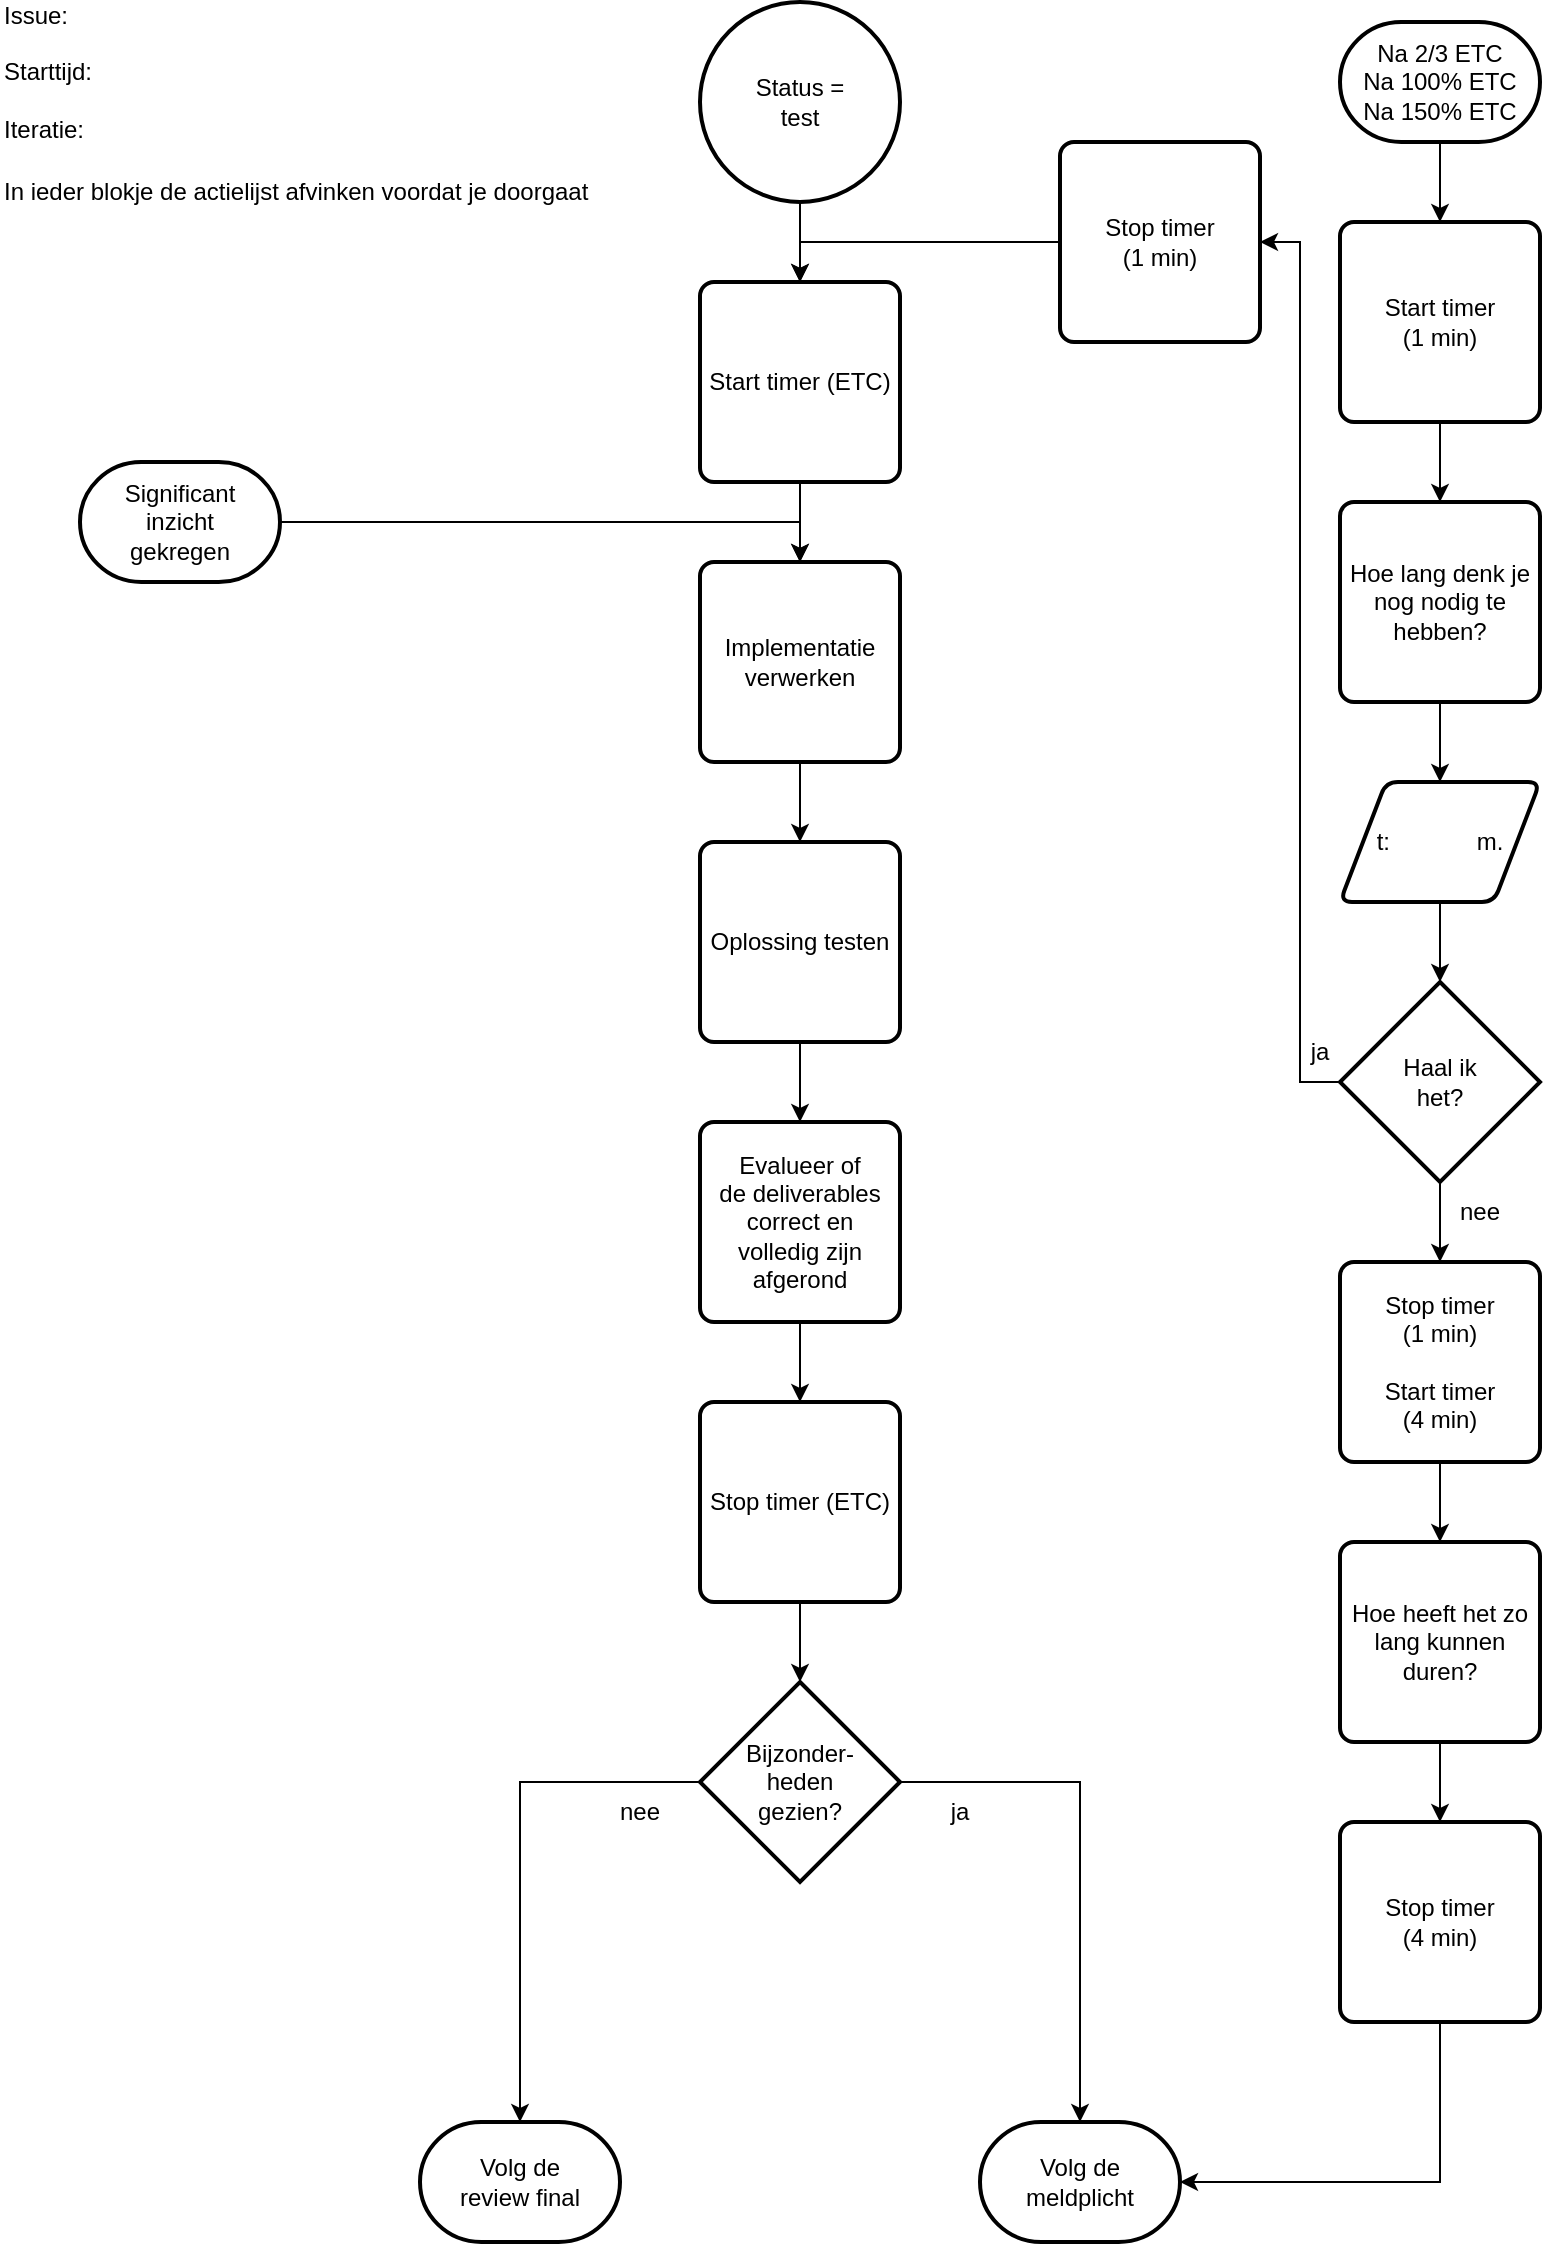
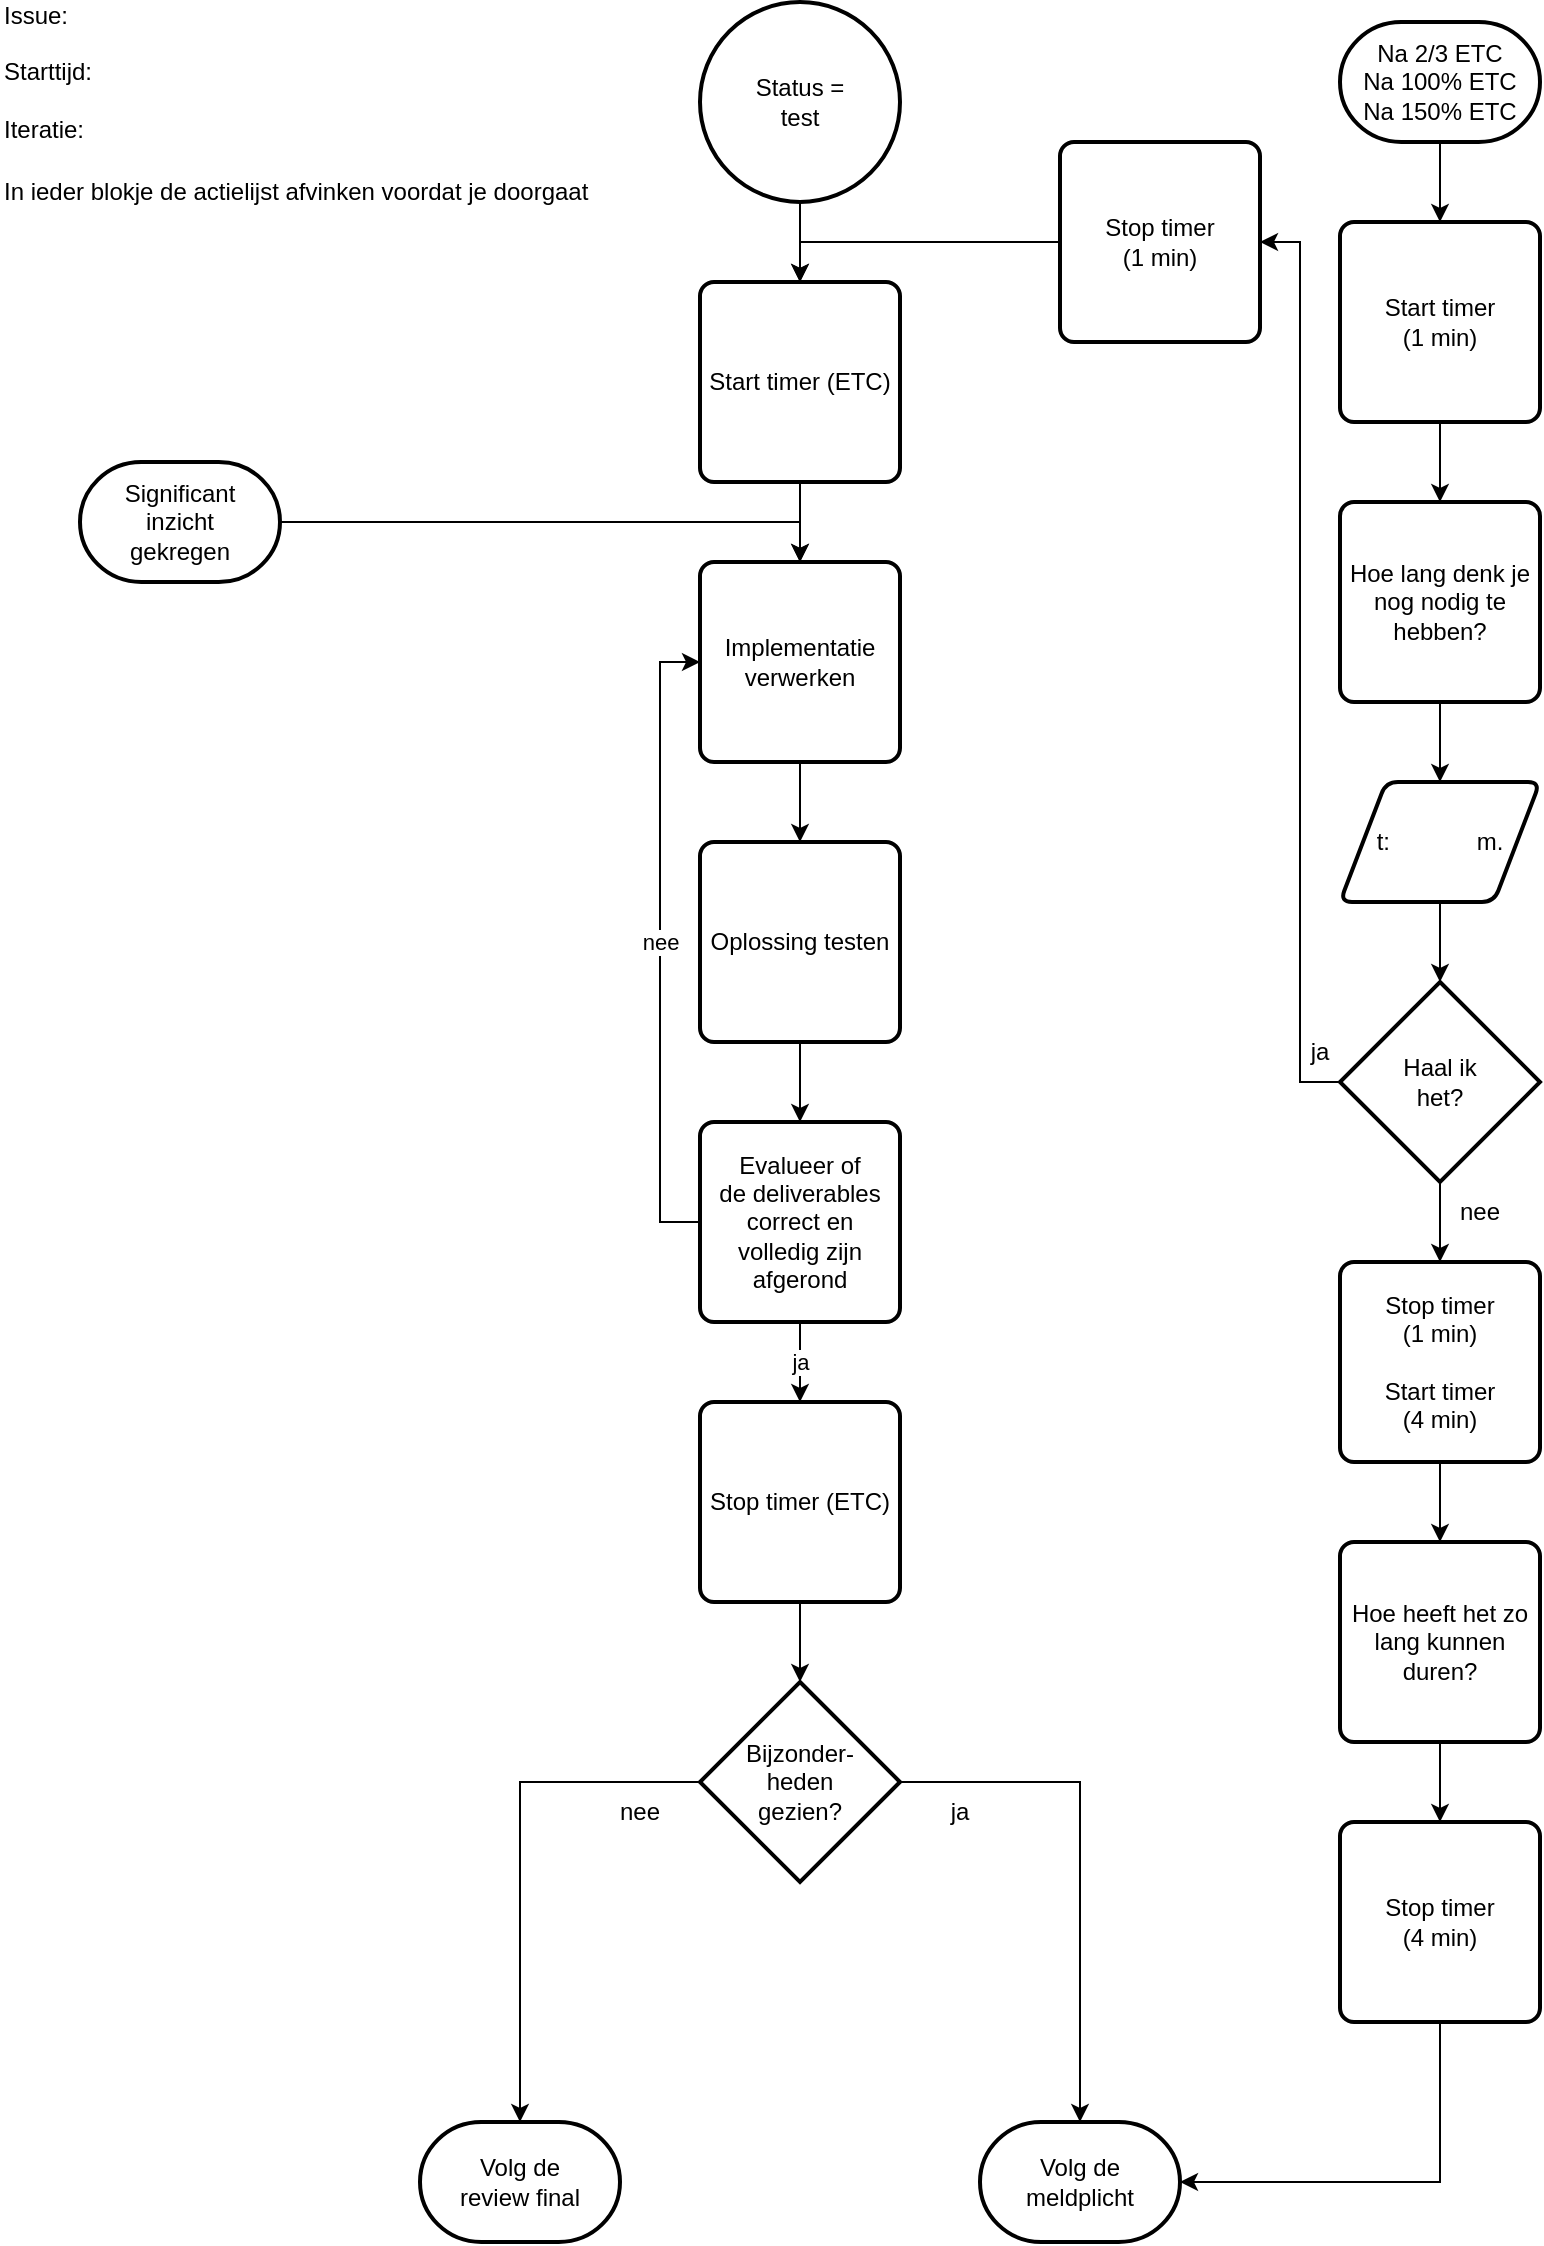
<mxfile host="Electron" agent="Mozilla/5.0 (Windows NT 10.0; Win64; x64) AppleWebKit/537.36 (KHTML, like Gecko) Chrome/143.0.0.0 Safari/537.36">
  <diagram name="Page-1" id="R03iMQ_vHlOhHPH5d4nE">
    <mxGraphModel dx="842" dy="576" grid="1" gridSize="10" guides="1" tooltips="1" connect="1" arrows="1" fold="1" page="1" pageScale="1" pageWidth="827" pageHeight="1169" math="0" shadow="0">
      <root>
        <mxCell id="0" />
        <mxCell id="1" parent="0" />
        <mxCell id="wN00o49hInXY7w57lpo8-1" edge="1" parent="1" source="wN00o49hInXY7w57lpo8-2" style="edgeStyle=orthogonalEdgeStyle;rounded=0;orthogonalLoop=1;jettySize=auto;html=1;" target="wN00o49hInXY7w57lpo8-36" value="">
          <mxGeometry relative="1" as="geometry" />
        </mxCell>
        <object label="Status =&lt;br&gt;test" Action="801" id="wN00o49hInXY7w57lpo8-2">
          <mxCell parent="1" style="strokeWidth=2;html=1;shape=mxgraph.flowchart.start_2;whiteSpace=wrap;" vertex="1">
            <mxGeometry height="100" width="100" x="360" y="10" as="geometry" />
          </mxCell>
        </object>
-         <mxCell id="wN00o49hInXY7w57lpo8-3" edge="1" parent="1" source="wN00o49hInXY7w57lpo8-4" style="edgeStyle=orthogonalEdgeStyle;rounded=0;orthogonalLoop=1;jettySize=auto;html=1;" target="wN00o49hInXY7w57lpo8-38" value="">
+         <mxCell id="wN00o49hInXY7w57lpo8-3" edge="1" parent="1" source="wN00o49hInXY7w57lpo8-4" style="edgeStyle=orthogonalEdgeStyle;rounded=0;orthogonalLoop=1;jettySize=auto;html=1;" target="wN00o49hInXY7w57lpo8-38" value="ja">
+           <mxGeometry relative="1" as="geometry" />
+         </mxCell>
+         <mxCell id="wN00o49hInXY7w57lpo8-4_nee" edge="1" parent="1" source="wN00o49hInXY7w57lpo8-4" style="edgeStyle=orthogonalEdgeStyle;rounded=0;orthogonalLoop=1;jettySize=auto;html=1;exitX=0;exitY=0.5;exitDx=0;exitDy=0;entryX=0;entryY=0.5;entryDx=0;entryDy=0;" target="wN00o49hInXY7w57lpo8-29" value="nee">
          <mxGeometry relative="1" as="geometry" />
        </mxCell>
        <object label="Evalueer of&lt;br&gt;de deliverables&lt;br&gt;correct en&lt;br&gt;volledig zijn&lt;br&gt;afgerond" Action="805" id="wN00o49hInXY7w57lpo8-4">
          <mxCell parent="1" style="rounded=1;whiteSpace=wrap;html=1;absoluteArcSize=1;arcSize=14;strokeWidth=2;" vertex="1">
            <mxGeometry height="100" width="100" x="360" y="570" as="geometry" />
          </mxCell>
        </object>
        <object label="Volg de&lt;br&gt;review final" Action="807F" id="wN00o49hInXY7w57lpo8-5">
          <mxCell parent="1" style="strokeWidth=2;html=1;shape=mxgraph.flowchart.terminator;whiteSpace=wrap;" vertex="1">
            <mxGeometry height="60" width="100" x="220" y="1070" as="geometry" />
          </mxCell>
        </object>
        <mxCell id="wN00o49hInXY7w57lpo8-6" edge="1" parent="1" source="wN00o49hInXY7w57lpo8-7" style="edgeStyle=orthogonalEdgeStyle;rounded=0;orthogonalLoop=1;jettySize=auto;html=1;exitX=1;exitY=0.5;exitDx=0;exitDy=0;exitPerimeter=0;entryX=0.5;entryY=0;entryDx=0;entryDy=0;" target="wN00o49hInXY7w57lpo8-29">
          <mxGeometry relative="1" as="geometry" />
        </mxCell>
        <object label="Significant&lt;br&gt;inzicht&lt;br&gt;gekregen" Action="815" id="wN00o49hInXY7w57lpo8-7">
          <mxCell parent="1" style="strokeWidth=2;html=1;shape=mxgraph.flowchart.terminator;whiteSpace=wrap;" vertex="1">
            <mxGeometry height="60" width="100" x="50" y="240" as="geometry" />
          </mxCell>
        </object>
        <mxCell id="wN00o49hInXY7w57lpo8-8" edge="1" parent="1" source="wN00o49hInXY7w57lpo8-9" style="edgeStyle=orthogonalEdgeStyle;rounded=0;orthogonalLoop=1;jettySize=auto;html=1;" target="wN00o49hInXY7w57lpo8-11" value="">
          <mxGeometry relative="1" as="geometry" />
        </mxCell>
        <object label="Na 2/3 ETC&lt;br&gt;Na 100% ETC&lt;br&gt;Na 150% ETC" Action="808" id="wN00o49hInXY7w57lpo8-9">
          <mxCell parent="1" style="strokeWidth=2;html=1;shape=mxgraph.flowchart.terminator;whiteSpace=wrap;" vertex="1">
            <mxGeometry height="60" width="100" x="680" y="20" as="geometry" />
          </mxCell>
        </object>
        <mxCell id="wN00o49hInXY7w57lpo8-10" edge="1" parent="1" source="wN00o49hInXY7w57lpo8-11" style="edgeStyle=orthogonalEdgeStyle;rounded=0;orthogonalLoop=1;jettySize=auto;html=1;" target="wN00o49hInXY7w57lpo8-13" value="">
          <mxGeometry relative="1" as="geometry" />
        </mxCell>
        <object label="Start timer&lt;br&gt;(1 min)" Action="809" id="wN00o49hInXY7w57lpo8-11">
          <mxCell parent="1" style="rounded=1;whiteSpace=wrap;html=1;absoluteArcSize=1;arcSize=14;strokeWidth=2;" vertex="1">
            <mxGeometry height="100" width="100" x="680" y="120" as="geometry" />
          </mxCell>
        </object>
        <mxCell id="wN00o49hInXY7w57lpo8-12" edge="1" parent="1" source="wN00o49hInXY7w57lpo8-13" style="edgeStyle=orthogonalEdgeStyle;rounded=0;orthogonalLoop=1;jettySize=auto;html=1;" target="wN00o49hInXY7w57lpo8-31" value="">
          <mxGeometry relative="1" as="geometry" />
        </mxCell>
        <object label="Hoe lang denk je nog nodig te hebben?" Action="810" id="wN00o49hInXY7w57lpo8-13">
          <mxCell parent="1" style="rounded=1;whiteSpace=wrap;html=1;absoluteArcSize=1;arcSize=14;strokeWidth=2;" vertex="1">
            <mxGeometry height="100" width="100" x="680" y="260" as="geometry" />
          </mxCell>
        </object>
        <mxCell id="wN00o49hInXY7w57lpo8-14" edge="1" parent="1" source="wN00o49hInXY7w57lpo8-16" style="edgeStyle=orthogonalEdgeStyle;rounded=0;orthogonalLoop=1;jettySize=auto;html=1;exitX=0;exitY=0.5;exitDx=0;exitDy=0;exitPerimeter=0;entryX=1;entryY=0.5;entryDx=0;entryDy=0;" target="wN00o49hInXY7w57lpo8-18">
          <mxGeometry relative="1" as="geometry" />
        </mxCell>
        <mxCell id="wN00o49hInXY7w57lpo8-15" edge="1" parent="1" source="wN00o49hInXY7w57lpo8-16" style="edgeStyle=orthogonalEdgeStyle;rounded=0;orthogonalLoop=1;jettySize=auto;html=1;exitX=0.5;exitY=1;exitDx=0;exitDy=0;exitPerimeter=0;entryX=0.5;entryY=0;entryDx=0;entryDy=0;" target="wN00o49hInXY7w57lpo8-22">
          <mxGeometry relative="1" as="geometry" />
        </mxCell>
        <object label="Haal ik&lt;br&gt;het?" Action="812" id="wN00o49hInXY7w57lpo8-16">
          <mxCell parent="1" style="strokeWidth=2;html=1;shape=mxgraph.flowchart.decision;whiteSpace=wrap;" vertex="1">
            <mxGeometry height="100" width="100" x="680" y="500" as="geometry" />
          </mxCell>
        </object>
        <mxCell id="wN00o49hInXY7w57lpo8-17" edge="1" parent="1" source="wN00o49hInXY7w57lpo8-18" style="edgeStyle=orthogonalEdgeStyle;rounded=0;orthogonalLoop=1;jettySize=auto;html=1;exitX=0;exitY=0.5;exitDx=0;exitDy=0;entryX=0.5;entryY=0;entryDx=0;entryDy=0;" target="wN00o49hInXY7w57lpo8-36">
          <mxGeometry relative="1" as="geometry" />
        </mxCell>
        <object label="Stop timer&lt;br&gt;(1 min)" Action="812T" id="wN00o49hInXY7w57lpo8-18">
          <mxCell parent="1" style="rounded=1;whiteSpace=wrap;html=1;absoluteArcSize=1;arcSize=14;strokeWidth=2;" vertex="1">
            <mxGeometry height="100" width="100" x="540" y="80" as="geometry" />
          </mxCell>
        </object>
        <mxCell id="wN00o49hInXY7w57lpo8-19" parent="1" style="text;html=1;whiteSpace=wrap;strokeColor=none;fillColor=none;align=center;verticalAlign=middle;rounded=0;" value="ja" vertex="1">
          <mxGeometry height="30" width="60" x="640" y="520" as="geometry" />
        </mxCell>
        <mxCell id="wN00o49hInXY7w57lpo8-20" parent="1" style="text;html=1;whiteSpace=wrap;strokeColor=none;fillColor=none;align=center;verticalAlign=middle;rounded=0;" value="nee" vertex="1">
          <mxGeometry height="30" width="60" x="720" y="600" as="geometry" />
        </mxCell>
        <mxCell id="wN00o49hInXY7w57lpo8-21" edge="1" parent="1" source="wN00o49hInXY7w57lpo8-22" style="edgeStyle=orthogonalEdgeStyle;rounded=0;orthogonalLoop=1;jettySize=auto;html=1;" target="wN00o49hInXY7w57lpo8-24" value="">
          <mxGeometry relative="1" as="geometry" />
        </mxCell>
        <object label="Stop timer&lt;br&gt;(1 min)&lt;br&gt;&lt;br&gt;Start timer&lt;br&gt;(4 min)" Action="812F" id="wN00o49hInXY7w57lpo8-22">
          <mxCell parent="1" style="rounded=1;whiteSpace=wrap;html=1;absoluteArcSize=1;arcSize=14;strokeWidth=2;" vertex="1">
            <mxGeometry height="100" width="100" x="680" y="640" as="geometry" />
          </mxCell>
        </object>
        <mxCell id="wN00o49hInXY7w57lpo8-23" edge="1" parent="1" source="wN00o49hInXY7w57lpo8-24" style="edgeStyle=orthogonalEdgeStyle;rounded=0;orthogonalLoop=1;jettySize=auto;html=1;" target="wN00o49hInXY7w57lpo8-32" value="">
          <mxGeometry relative="1" as="geometry" />
        </mxCell>
        <object label="Hoe heeft het zo lang kunnen duren?" Action="813" id="wN00o49hInXY7w57lpo8-24">
          <mxCell parent="1" style="rounded=1;whiteSpace=wrap;html=1;absoluteArcSize=1;arcSize=14;strokeWidth=2;" vertex="1">
            <mxGeometry height="100" width="100" x="680" y="780" as="geometry" />
          </mxCell>
        </object>
        <object label="Volg de&lt;br&gt;meldplicht" Action="807T" id="wN00o49hInXY7w57lpo8-25">
          <mxCell parent="1" style="strokeWidth=2;html=1;shape=mxgraph.flowchart.terminator;whiteSpace=wrap;" vertex="1">
            <mxGeometry height="60" width="100" x="500" y="1070" as="geometry" />
          </mxCell>
        </object>
        <mxCell id="wN00o49hInXY7w57lpo8-26" edge="1" parent="1" source="wN00o49hInXY7w57lpo8-27" style="edgeStyle=orthogonalEdgeStyle;rounded=0;orthogonalLoop=1;jettySize=auto;html=1;exitX=0.5;exitY=1;exitDx=0;exitDy=0;entryX=0.5;entryY=0;entryDx=0;entryDy=0;" target="wN00o49hInXY7w57lpo8-4">
          <mxGeometry relative="1" as="geometry" />
        </mxCell>
        <object label="Oplossing testen" Action="804" id="wN00o49hInXY7w57lpo8-27">
          <mxCell parent="1" style="rounded=1;whiteSpace=wrap;html=1;absoluteArcSize=1;arcSize=14;strokeWidth=2;" vertex="1">
            <mxGeometry height="100" width="100" x="360" y="430" as="geometry" />
          </mxCell>
        </object>
        <mxCell id="wN00o49hInXY7w57lpo8-28" edge="1" parent="1" source="wN00o49hInXY7w57lpo8-29" style="edgeStyle=orthogonalEdgeStyle;rounded=0;orthogonalLoop=1;jettySize=auto;html=1;" target="wN00o49hInXY7w57lpo8-27" value="">
          <mxGeometry relative="1" as="geometry" />
        </mxCell>
        <object label="Implementatie verwerken" Action="803" id="wN00o49hInXY7w57lpo8-29">
          <mxCell parent="1" style="rounded=1;whiteSpace=wrap;html=1;absoluteArcSize=1;arcSize=14;strokeWidth=2;" vertex="1">
            <mxGeometry height="100" width="100" x="360" y="290" as="geometry" />
          </mxCell>
        </object>
        <mxCell id="wN00o49hInXY7w57lpo8-30" parent="1" style="text;html=1;align=left;verticalAlign=middle;whiteSpace=wrap;rounded=0;" value="Issue:&amp;nbsp; &amp;nbsp;&lt;br&gt;&lt;br&gt;Starttijd:&lt;br&gt;&lt;br&gt;Iteratie:&amp;nbsp;" vertex="1">
          <mxGeometry height="30" width="60" x="10" y="30" as="geometry" />
        </mxCell>
        <object label="t:&amp;nbsp; &amp;nbsp; &amp;nbsp; &amp;nbsp; &amp;nbsp; &amp;nbsp; &amp;nbsp;m." Action="811" id="wN00o49hInXY7w57lpo8-31">
          <mxCell parent="1" style="shape=parallelogram;html=1;strokeWidth=2;perimeter=parallelogramPerimeter;whiteSpace=wrap;rounded=1;arcSize=12;size=0.23;" vertex="1">
            <mxGeometry height="60" width="100" x="680" y="400" as="geometry" />
          </mxCell>
        </object>
        <object label="Stop timer&lt;br&gt;&lt;div&gt;(4 min)&lt;/div&gt;" Action="814" id="wN00o49hInXY7w57lpo8-32">
          <mxCell parent="1" style="rounded=1;whiteSpace=wrap;html=1;absoluteArcSize=1;arcSize=14;strokeWidth=2;" vertex="1">
            <mxGeometry height="100" width="100" x="680" y="920" as="geometry" />
          </mxCell>
        </object>
        <mxCell id="wN00o49hInXY7w57lpo8-33" edge="1" parent="1" source="wN00o49hInXY7w57lpo8-31" style="edgeStyle=orthogonalEdgeStyle;rounded=0;orthogonalLoop=1;jettySize=auto;html=1;exitX=0.5;exitY=1;exitDx=0;exitDy=0;entryX=0.5;entryY=0;entryDx=0;entryDy=0;entryPerimeter=0;" target="wN00o49hInXY7w57lpo8-16">
          <mxGeometry relative="1" as="geometry" />
        </mxCell>
        <mxCell id="wN00o49hInXY7w57lpo8-34" parent="1" style="text;html=1;whiteSpace=wrap;strokeColor=none;fillColor=none;align=left;verticalAlign=middle;rounded=0;labelPosition=center;verticalLabelPosition=middle;" value="In ieder blokje de actielijst afvinken voordat je doorgaat" vertex="1">
          <mxGeometry height="30" width="300" x="10" y="90" as="geometry" />
        </mxCell>
        <mxCell id="wN00o49hInXY7w57lpo8-35" edge="1" parent="1" source="wN00o49hInXY7w57lpo8-36" style="edgeStyle=orthogonalEdgeStyle;rounded=0;orthogonalLoop=1;jettySize=auto;html=1;exitX=0.5;exitY=1;exitDx=0;exitDy=0;entryX=0.5;entryY=0;entryDx=0;entryDy=0;" target="wN00o49hInXY7w57lpo8-29">
          <mxGeometry relative="1" as="geometry" />
        </mxCell>
        <object label="&lt;font&gt;Start timer (ETC)&lt;/font&gt;" Action="802" id="wN00o49hInXY7w57lpo8-36">
          <mxCell parent="1" style="rounded=1;whiteSpace=wrap;html=1;absoluteArcSize=1;arcSize=14;strokeWidth=2;" vertex="1">
            <mxGeometry height="100" width="100" x="360" y="150" as="geometry" />
          </mxCell>
        </object>
        <mxCell id="wN00o49hInXY7w57lpo8-37" edge="1" parent="1" source="wN00o49hInXY7w57lpo8-38" style="edgeStyle=orthogonalEdgeStyle;rounded=0;orthogonalLoop=1;jettySize=auto;html=1;" target="wN00o49hInXY7w57lpo8-39" value="">
          <mxGeometry relative="1" as="geometry" />
        </mxCell>
        <object label="&lt;font&gt;Stop timer (ETC)&lt;/font&gt;" Action="806" id="wN00o49hInXY7w57lpo8-38">
          <mxCell parent="1" style="rounded=1;whiteSpace=wrap;html=1;absoluteArcSize=1;arcSize=14;strokeWidth=2;" vertex="1">
            <mxGeometry height="100" width="100" x="360" y="710" as="geometry" />
          </mxCell>
        </object>
        <object label="Bijzonder-&lt;br&gt;heden&lt;br&gt;gezien?" Action="807" id="wN00o49hInXY7w57lpo8-39">
          <mxCell parent="1" style="strokeWidth=2;html=1;shape=mxgraph.flowchart.decision;whiteSpace=wrap;" vertex="1">
            <mxGeometry height="100" width="100" x="360" y="850" as="geometry" />
          </mxCell>
        </object>
        <mxCell id="wN00o49hInXY7w57lpo8-40" parent="1" style="text;html=1;whiteSpace=wrap;strokeColor=none;fillColor=none;align=center;verticalAlign=middle;rounded=0;" value="nee" vertex="1">
          <mxGeometry height="30" width="60" x="300" y="900" as="geometry" />
        </mxCell>
        <mxCell id="wN00o49hInXY7w57lpo8-41" parent="1" style="text;html=1;whiteSpace=wrap;strokeColor=none;fillColor=none;align=center;verticalAlign=middle;rounded=0;" value="ja" vertex="1">
          <mxGeometry height="30" width="60" x="460" y="900" as="geometry" />
        </mxCell>
        <mxCell id="wN00o49hInXY7w57lpo8-42" edge="1" parent="1" source="wN00o49hInXY7w57lpo8-32" style="edgeStyle=orthogonalEdgeStyle;rounded=0;orthogonalLoop=1;jettySize=auto;html=1;exitX=0.5;exitY=1;exitDx=0;exitDy=0;entryX=1;entryY=0.5;entryDx=0;entryDy=0;entryPerimeter=0;" target="wN00o49hInXY7w57lpo8-25">
          <mxGeometry relative="1" as="geometry" />
        </mxCell>
        <mxCell id="wN00o49hInXY7w57lpo8-43" edge="1" parent="1" source="wN00o49hInXY7w57lpo8-39" style="edgeStyle=orthogonalEdgeStyle;rounded=0;orthogonalLoop=1;jettySize=auto;html=1;exitX=0;exitY=0.5;exitDx=0;exitDy=0;exitPerimeter=0;entryX=0.5;entryY=0;entryDx=0;entryDy=0;entryPerimeter=0;" target="wN00o49hInXY7w57lpo8-5">
          <mxGeometry relative="1" as="geometry" />
        </mxCell>
        <mxCell id="wN00o49hInXY7w57lpo8-44" edge="1" parent="1" source="wN00o49hInXY7w57lpo8-39" style="edgeStyle=orthogonalEdgeStyle;rounded=0;orthogonalLoop=1;jettySize=auto;html=1;exitX=1;exitY=0.5;exitDx=0;exitDy=0;exitPerimeter=0;entryX=0.5;entryY=0;entryDx=0;entryDy=0;entryPerimeter=0;" target="wN00o49hInXY7w57lpo8-25">
          <mxGeometry relative="1" as="geometry" />
        </mxCell>
      </root>
    </mxGraphModel>
  </diagram>
</mxfile>
